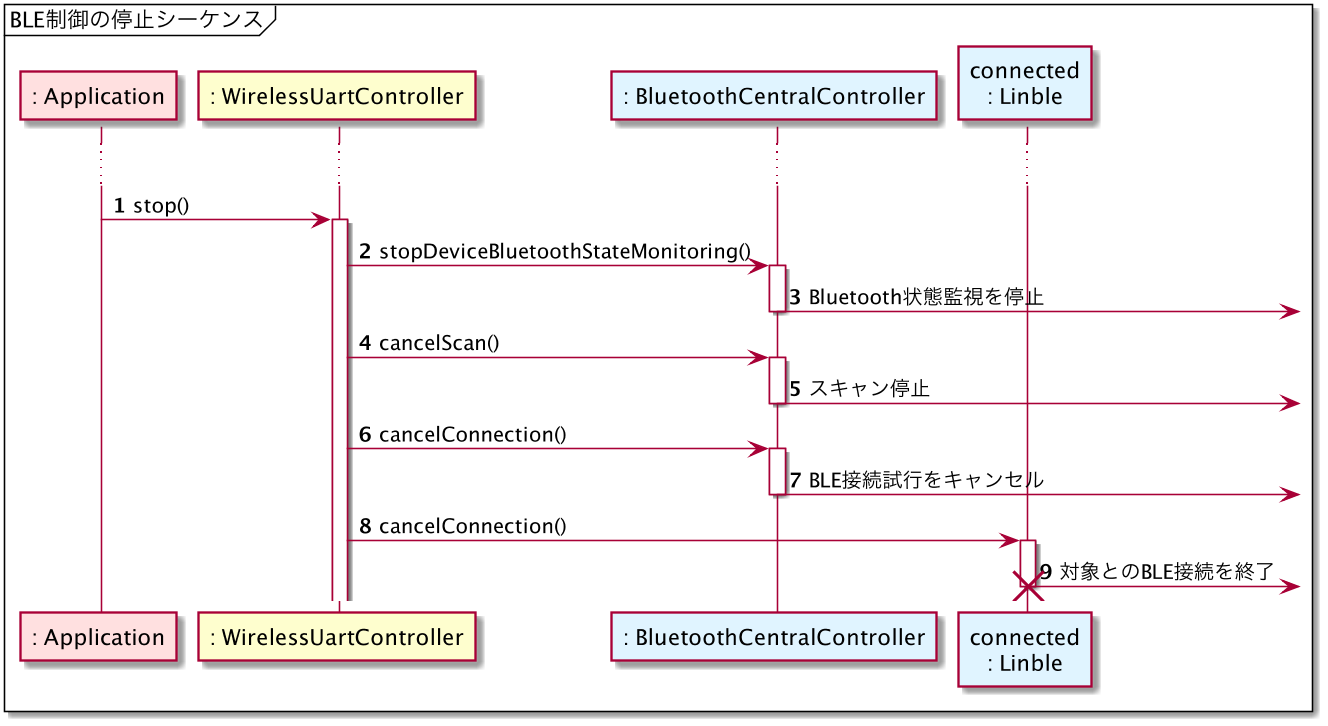
The PlantUML diagram out/plantuml/sequence_stop.png in musen-connect-inc/linble-sample-wireless-uart, before a commit.
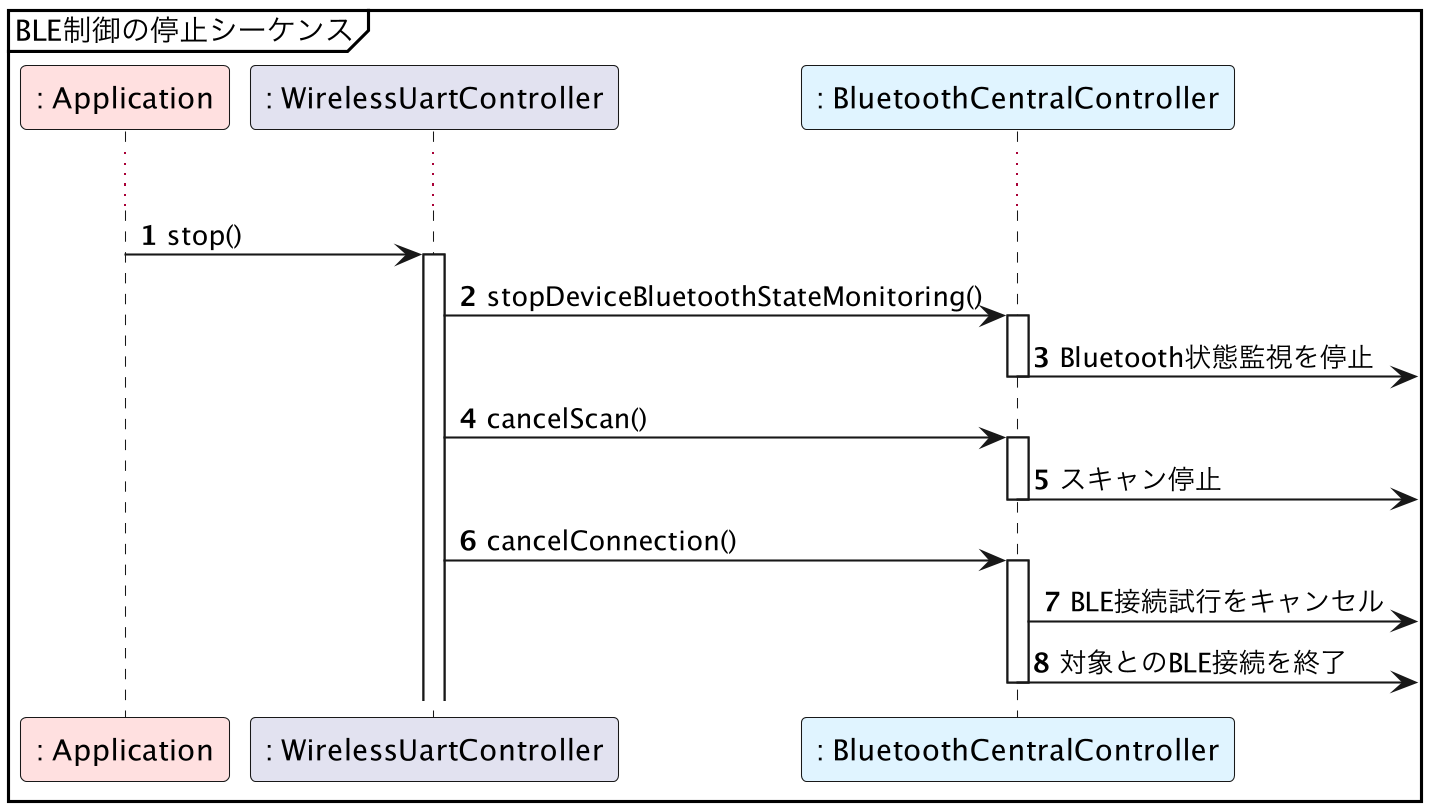
The same diagram one commit later.

Diff of the diagram source:
```diff
@@ -1,12 +1,11 @@
 @startuml sequence_stop
-skinparamlocked dpi 150
+skinparamlocked dpi 200
 
 mainframe BLE制御の停止シーケンス
 
 participant ": Application" as Application #ffe0e0
 participant ": WirelessUartController" as WirelessUartController
 participant ": BluetoothCentralController" as BluetoothCentralController #e0f4ff
-participant "connected\n: Linble" as Linble #e0f4ff
 
 autonumber
 
@@ -28,11 +27,8 @@
 WirelessUartController -> BluetoothCentralController: cancelConnection()
 activate BluetoothCentralController
 BluetoothCentralController ->]: BLE接続試行をキャンセル
+BluetoothCentralController ->]: 対象とのBLE接続を終了
+
 deactivate BluetoothCentralController
 
-WirelessUartController -> Linble: cancelConnection()
-activate Linble
-Linble ->]: 対象とのBLE接続を終了
-destroy Linble
-
 @enduml
```
